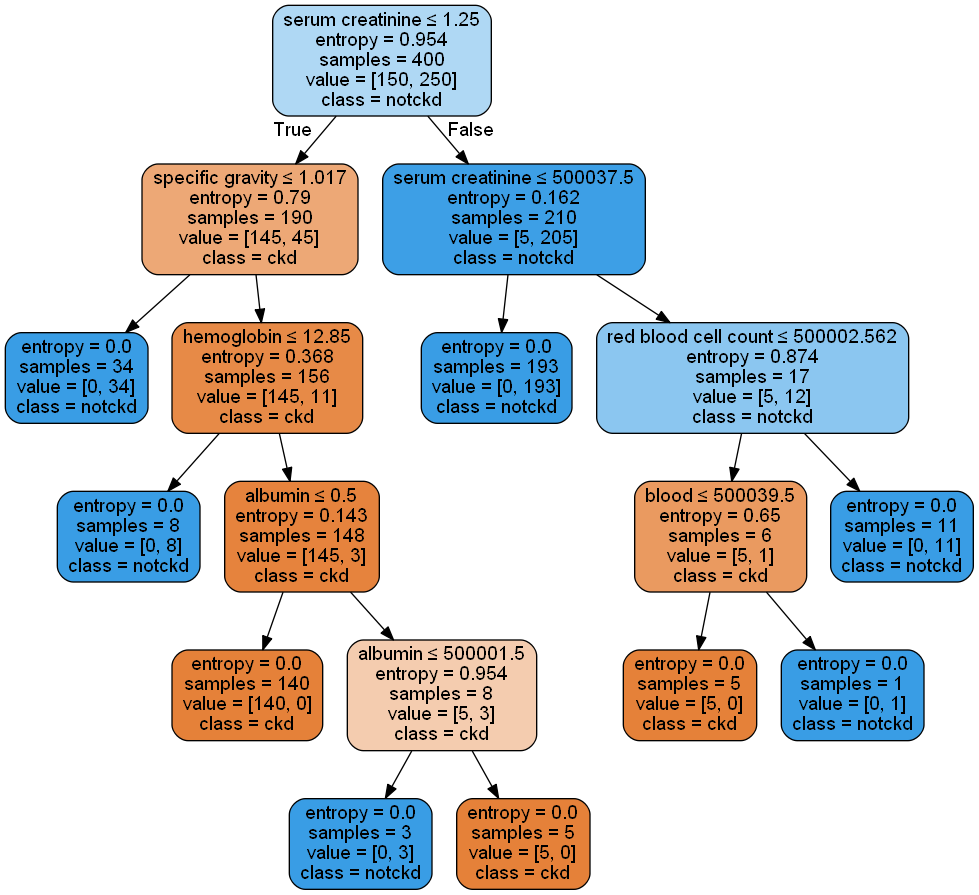
cantiusdeepan/ICT4HealthLab keeps this Graphviz diagram as Lab2/Tree_replace_final.png. Above is the earlier version. Its source is kept beside it as Lab2/Tree_replace_final.dot. Source of this version:
```dot
digraph Tree {
node [shape=box, style="filled, rounded", color="black", fontname=helvetica] ;
edge [fontname=helvetica] ;
0 [label=<serum creatinine &le; 1.25<br/>entropy = 0.954<br/>samples = 400<br/>value = [150, 250]<br/>class = notckd>, fillcolor="#399de566"] ;
1 [label=<specific gravity &le; 1.017<br/>entropy = 0.79<br/>samples = 190<br/>value = [145, 45]<br/>class = ckd>, fillcolor="#e58139b0"] ;
0 -> 1 [labeldistance=2.5, labelangle=45, headlabel="True"] ;
2 [label=<entropy = 0.0<br/>samples = 34<br/>value = [0, 34]<br/>class = notckd>, fillcolor="#399de5ff"] ;
1 -> 2 ;
3 [label=<hemoglobin &le; 12.85<br/>entropy = 0.368<br/>samples = 156<br/>value = [145, 11]<br/>class = ckd>, fillcolor="#e58139ec"] ;
1 -> 3 ;
4 [label=<entropy = 0.0<br/>samples = 8<br/>value = [0, 8]<br/>class = notckd>, fillcolor="#399de5ff"] ;
3 -> 4 ;
5 [label=<albumin &le; 0.5<br/>entropy = 0.143<br/>samples = 148<br/>value = [145, 3]<br/>class = ckd>, fillcolor="#e58139fa"] ;
3 -> 5 ;
6 [label=<entropy = 0.0<br/>samples = 140<br/>value = [140, 0]<br/>class = ckd>, fillcolor="#e58139ff"] ;
5 -> 6 ;
7 [label=<albumin &le; 500001.5<br/>entropy = 0.954<br/>samples = 8<br/>value = [5, 3]<br/>class = ckd>, fillcolor="#e5813966"] ;
5 -> 7 ;
8 [label=<entropy = 0.0<br/>samples = 3<br/>value = [0, 3]<br/>class = notckd>, fillcolor="#399de5ff"] ;
7 -> 8 ;
9 [label=<entropy = 0.0<br/>samples = 5<br/>value = [5, 0]<br/>class = ckd>, fillcolor="#e58139ff"] ;
7 -> 9 ;
10 [label=<serum creatinine &le; 500037.5<br/>entropy = 0.162<br/>samples = 210<br/>value = [5, 205]<br/>class = notckd>, fillcolor="#399de5f9"] ;
0 -> 10 [labeldistance=2.5, labelangle=-45, headlabel="False"] ;
11 [label=<entropy = 0.0<br/>samples = 193<br/>value = [0, 193]<br/>class = notckd>, fillcolor="#399de5ff"] ;
10 -> 11 ;
12 [label=<red blood cell count &le; 500002.562<br/>entropy = 0.874<br/>samples = 17<br/>value = [5, 12]<br/>class = notckd>, fillcolor="#399de595"] ;
10 -> 12 ;
13 [label=<blood &le; 500039.5<br/>entropy = 0.65<br/>samples = 6<br/>value = [5, 1]<br/>class = ckd>, fillcolor="#e58139cc"] ;
12 -> 13 ;
14 [label=<entropy = 0.0<br/>samples = 5<br/>value = [5, 0]<br/>class = ckd>, fillcolor="#e58139ff"] ;
13 -> 14 ;
15 [label=<entropy = 0.0<br/>samples = 1<br/>value = [0, 1]<br/>class = notckd>, fillcolor="#399de5ff"] ;
13 -> 15 ;
16 [label=<entropy = 0.0<br/>samples = 11<br/>value = [0, 11]<br/>class = notckd>, fillcolor="#399de5ff"] ;
12 -> 16 ;
}
```
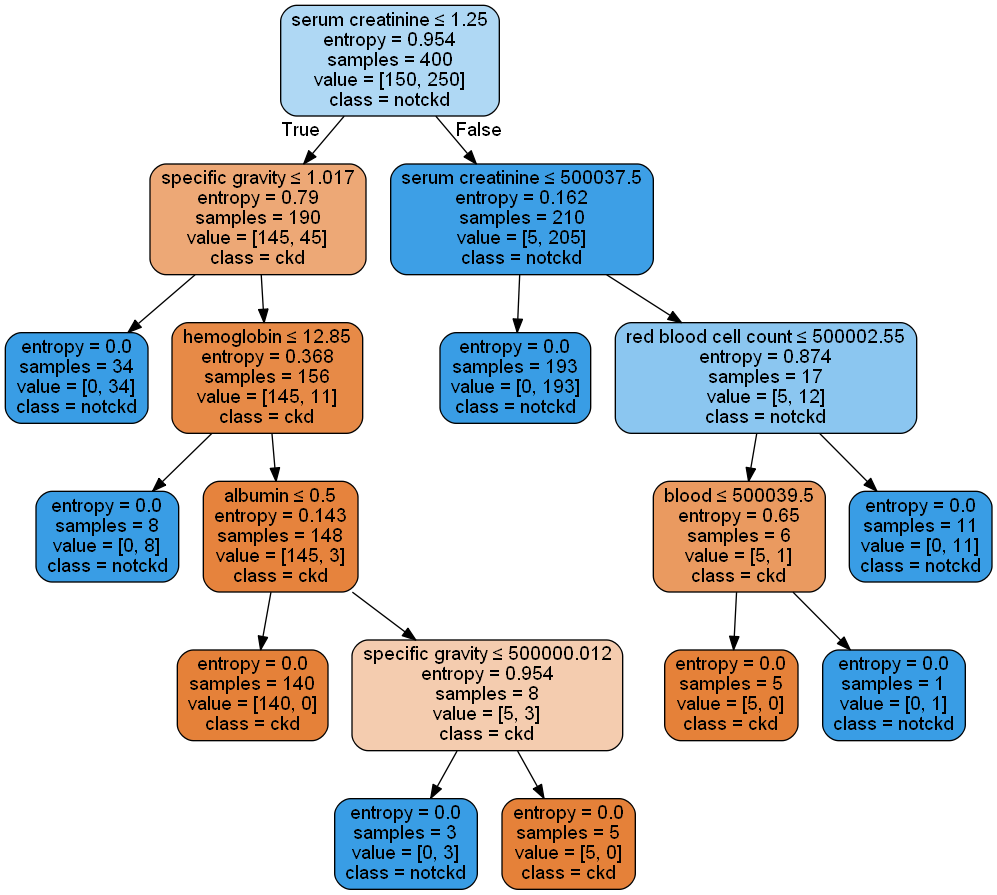
After the commit.

What changed in the source:
```diff
@@ -14,7 +14,7 @@
 3 -> 5 ;
 6 [label=<entropy = 0.0<br/>samples = 140<br/>value = [140, 0]<br/>class = ckd>, fillcolor="#e58139ff"] ;
 5 -> 6 ;
-7 [label=<albumin &le; 500001.5<br/>entropy = 0.954<br/>samples = 8<br/>value = [5, 3]<br/>class = ckd>, fillcolor="#e5813966"] ;
+7 [label=<specific gravity &le; 500000.012<br/>entropy = 0.954<br/>samples = 8<br/>value = [5, 3]<br/>class = ckd>, fillcolor="#e5813966"] ;
 5 -> 7 ;
 8 [label=<entropy = 0.0<br/>samples = 3<br/>value = [0, 3]<br/>class = notckd>, fillcolor="#399de5ff"] ;
 7 -> 8 ;
@@ -24,7 +24,7 @@
 0 -> 10 [labeldistance=2.5, labelangle=-45, headlabel="False"] ;
 11 [label=<entropy = 0.0<br/>samples = 193<br/>value = [0, 193]<br/>class = notckd>, fillcolor="#399de5ff"] ;
 10 -> 11 ;
-12 [label=<red blood cell count &le; 500002.562<br/>entropy = 0.874<br/>samples = 17<br/>value = [5, 12]<br/>class = notckd>, fillcolor="#399de595"] ;
+12 [label=<red blood cell count &le; 500002.55<br/>entropy = 0.874<br/>samples = 17<br/>value = [5, 12]<br/>class = notckd>, fillcolor="#399de595"] ;
 10 -> 12 ;
 13 [label=<blood &le; 500039.5<br/>entropy = 0.65<br/>samples = 6<br/>value = [5, 1]<br/>class = ckd>, fillcolor="#e58139cc"] ;
 12 -> 13 ;
```
